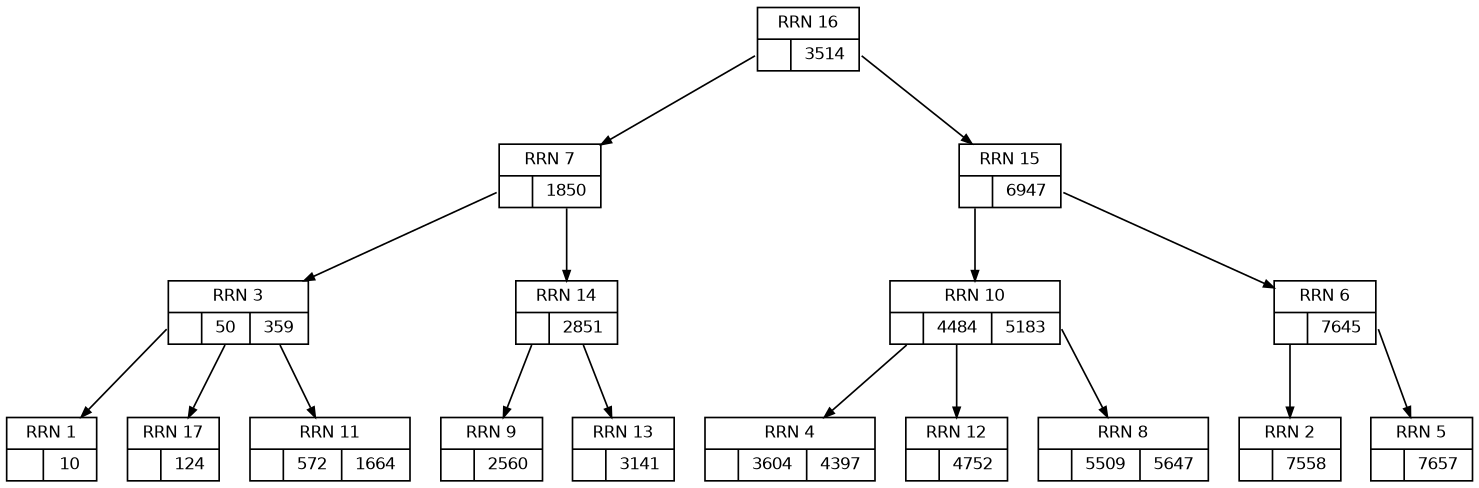
Above: tree.png in cassiotakarada/btree (Graphviz), before the change. Its source is kept beside it as tree.dot. Its diagram source:
```dot
digraph BTree {
  graph [rankdir=TB, splines=line, nodesep=0.25, ranksep=0.6];
  node  [shape=record, fontname="Helvetica", fontsize=10];
  edge  [arrowsize=0.6];
  n16 [label="{ RRN 16 | { <a0>  | <a1> 3514 } }"];
  n16:a0 -> n7;
  n16:a1 -> n15;
  n7 [label="{ RRN 7 | { <a0>  | <a1> 1850 } }"];
  n7:a0 -> n3;
  n7:a1 -> n14;
  n3 [label="{ RRN 3 | { <a0>  | <a1> 50 | <a2> 359 } }"];
  n3:a0 -> n1;
  n3:a1 -> n17;
  n3:a2 -> n11;
  n1 [label="{ RRN 1 | { <a0>  | <a1> 10 } }"];
  n17 [label="{ RRN 17 | { <a0>  | <a1> 124 } }"];
  n11 [label="{ RRN 11 | { <a0>  | <a1> 572 | <a2> 1664 } }"];
  n14 [label="{ RRN 14 | { <a0>  | <a1> 2851 } }"];
  n14:a0 -> n9;
  n14:a1 -> n13;
  n9 [label="{ RRN 9 | { <a0>  | <a1> 2560 } }"];
  n13 [label="{ RRN 13 | { <a0>  | <a1> 3141 } }"];
  n15 [label="{ RRN 15 | { <a0>  | <a1> 6947 } }"];
  n15:a0 -> n10;
  n15:a1 -> n6;
  n10 [label="{ RRN 10 | { <a0>  | <a1> 4484 | <a2> 5183 } }"];
  n10:a0 -> n4;
  n10:a1 -> n12;
  n10:a2 -> n8;
  n4 [label="{ RRN 4 | { <a0>  | <a1> 3604 | <a2> 4397 } }"];
  n12 [label="{ RRN 12 | { <a0>  | <a1> 4752 } }"];
  n8 [label="{ RRN 8 | { <a0>  | <a1> 5509 | <a2> 5647 } }"];
  n6 [label="{ RRN 6 | { <a0>  | <a1> 7645 } }"];
  n6:a0 -> n2;
  n6:a1 -> n5;
  n2 [label="{ RRN 2 | { <a0>  | <a1> 7558 } }"];
  n5 [label="{ RRN 5 | { <a0>  | <a1> 7657 } }"];
}
```
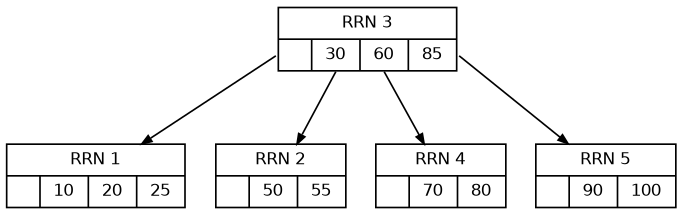
The same file after the commit.

The edit, as a diff of the source:
```diff
@@ -2,37 +2,13 @@
   graph [rankdir=TB, splines=line, nodesep=0.25, ranksep=0.6];
   node  [shape=record, fontname="Helvetica", fontsize=10];
   edge  [arrowsize=0.6];
-  n16 [label="{ RRN 16 | { <a0>  | <a1> 3514 } }"];
-  n16:a0 -> n7;
-  n16:a1 -> n15;
-  n7 [label="{ RRN 7 | { <a0>  | <a1> 1850 } }"];
-  n7:a0 -> n3;
-  n7:a1 -> n14;
-  n3 [label="{ RRN 3 | { <a0>  | <a1> 50 | <a2> 359 } }"];
+  n3 [label="{ RRN 3 | { <a0>  | <a1> 30 | <a2> 60 | <a3> 85 } }"];
   n3:a0 -> n1;
-  n3:a1 -> n17;
-  n3:a2 -> n11;
-  n1 [label="{ RRN 1 | { <a0>  | <a1> 10 } }"];
-  n17 [label="{ RRN 17 | { <a0>  | <a1> 124 } }"];
-  n11 [label="{ RRN 11 | { <a0>  | <a1> 572 | <a2> 1664 } }"];
-  n14 [label="{ RRN 14 | { <a0>  | <a1> 2851 } }"];
-  n14:a0 -> n9;
-  n14:a1 -> n13;
-  n9 [label="{ RRN 9 | { <a0>  | <a1> 2560 } }"];
-  n13 [label="{ RRN 13 | { <a0>  | <a1> 3141 } }"];
-  n15 [label="{ RRN 15 | { <a0>  | <a1> 6947 } }"];
-  n15:a0 -> n10;
-  n15:a1 -> n6;
-  n10 [label="{ RRN 10 | { <a0>  | <a1> 4484 | <a2> 5183 } }"];
-  n10:a0 -> n4;
-  n10:a1 -> n12;
-  n10:a2 -> n8;
-  n4 [label="{ RRN 4 | { <a0>  | <a1> 3604 | <a2> 4397 } }"];
-  n12 [label="{ RRN 12 | { <a0>  | <a1> 4752 } }"];
-  n8 [label="{ RRN 8 | { <a0>  | <a1> 5509 | <a2> 5647 } }"];
-  n6 [label="{ RRN 6 | { <a0>  | <a1> 7645 } }"];
-  n6:a0 -> n2;
-  n6:a1 -> n5;
-  n2 [label="{ RRN 2 | { <a0>  | <a1> 7558 } }"];
-  n5 [label="{ RRN 5 | { <a0>  | <a1> 7657 } }"];
+  n3:a1 -> n2;
+  n3:a2 -> n4;
+  n3:a3 -> n5;
+  n1 [label="{ RRN 1 | { <a0>  | <a1> 10 | <a2> 20 | <a3> 25 } }"];
+  n2 [label="{ RRN 2 | { <a0>  | <a1> 50 | <a2> 55 } }"];
+  n4 [label="{ RRN 4 | { <a0>  | <a1> 70 | <a2> 80 } }"];
+  n5 [label="{ RRN 5 | { <a0>  | <a1> 90 | <a2> 100 } }"];
 }
```
